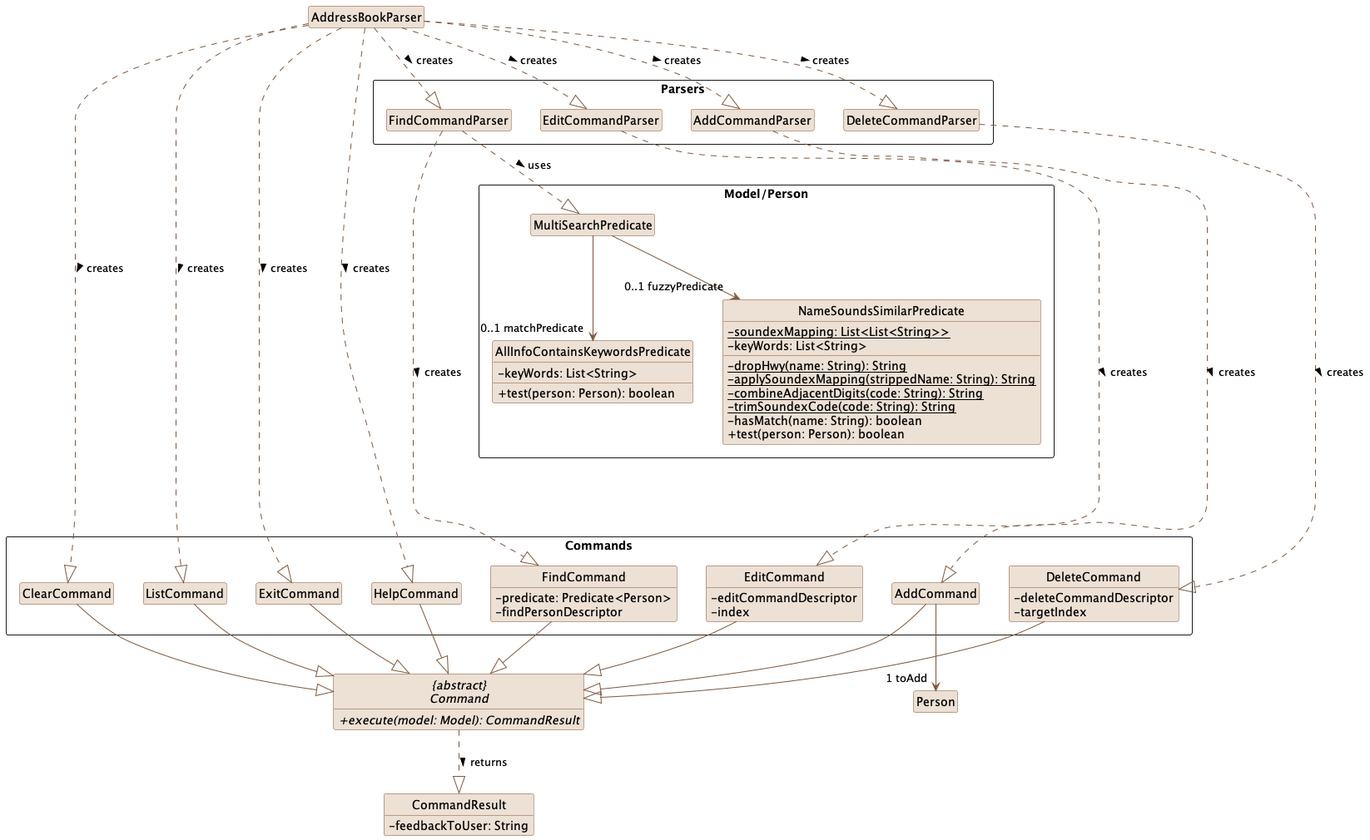
Earlier version of the PlantUML export docs/images/CommandClasses.png (nus-cs2103-AY2223S1/tp).
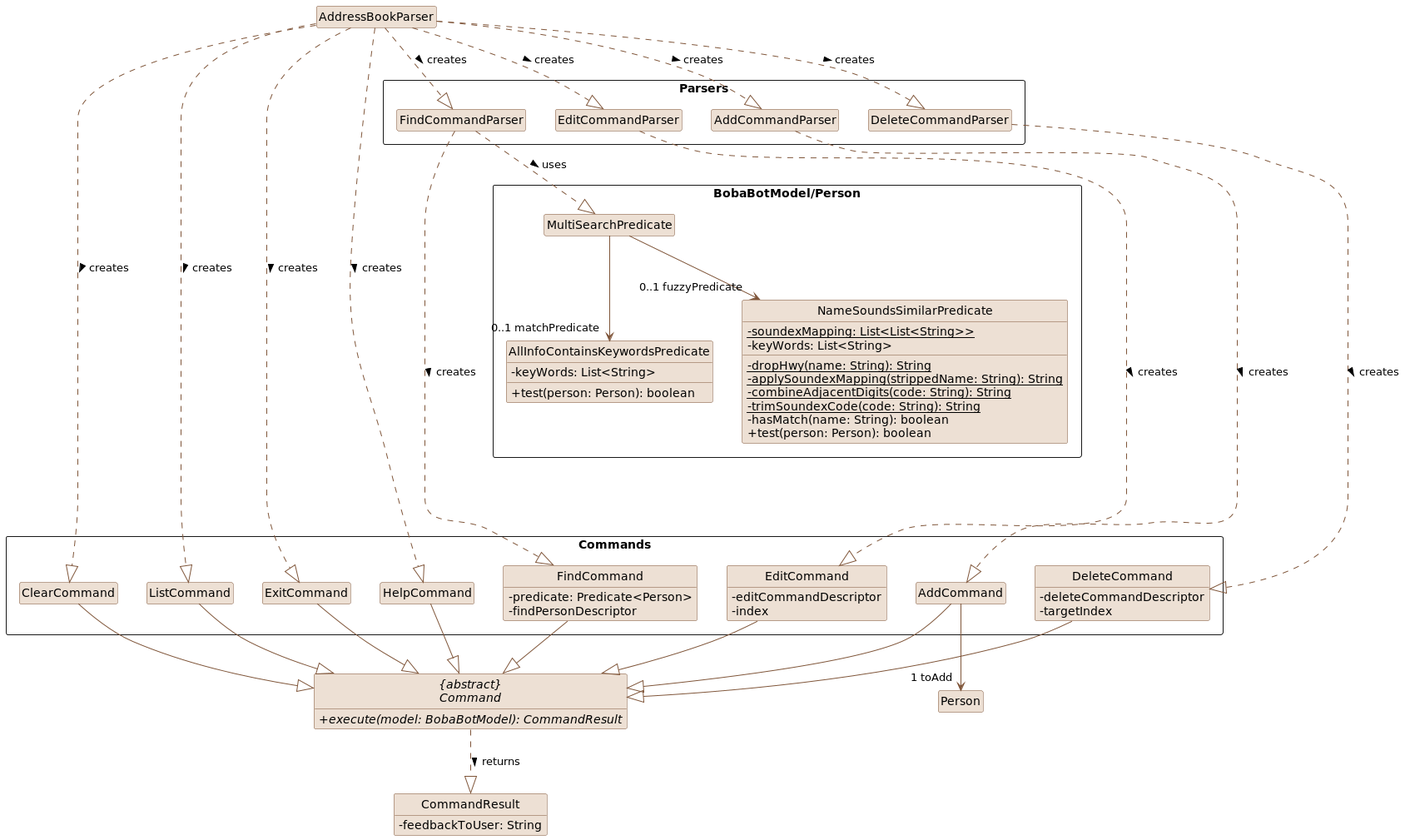
After the commit.

The edit, as a diff of the source:
```diff
@@ -12,7 +12,7 @@
 }
 
 abstract "{abstract}\nCommand" as Command {
-    {abstract} +execute(model: Model): CommandResult
+    {abstract} +execute(model: BobaBotModel): CommandResult
 }
 
 package Commands <<Rectangle>>{
@@ -33,7 +33,7 @@
     Class FindCommandParser
 }
 
-package Model/Person <<Rectangle>> {
+package BobaBotModel/Person <<Rectangle>> {
     Class MultiSearchPredicate
     Class AllInfoContainsKeywordsPredicate
     Class NameSoundsSimilarPredicate
```
